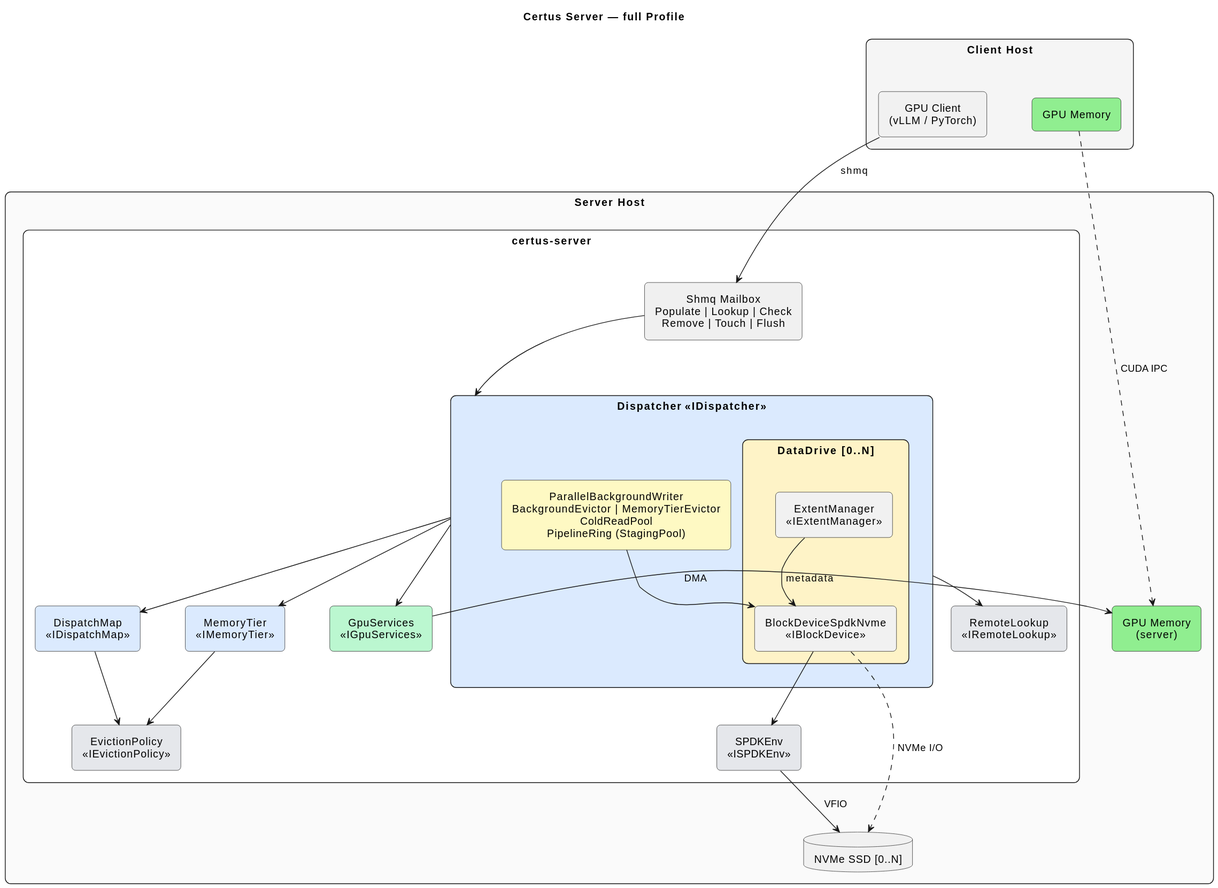
AI-native-Systems-Research/ai-native-storage-certus keeps this PlantUML diagram as design/profiles/full/certus-server-deployment.svg. Above is the earlier version.
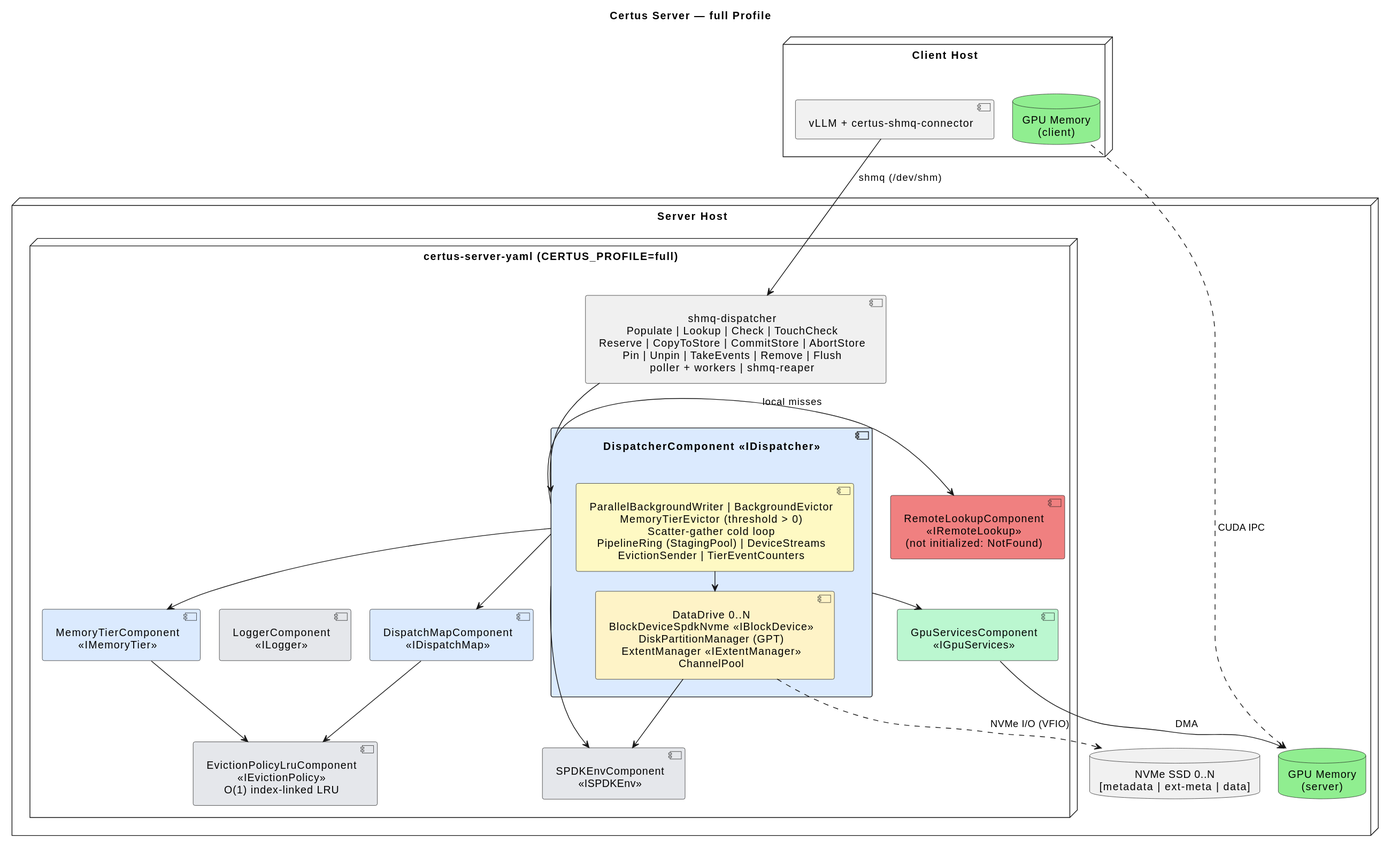
After the change.

Change to the diagram source:
```diff
@@ -1,51 +1,41 @@
 @startuml
 skinparam defaultTextAlignment center
-skinparam padding 4
-skinparam nodesep 60
-skinparam ranksep 50
-skinparam rectangle {
-    RoundCorner 15
-}
-skinparam agent {
-    RoundCorner 10
-}
+skinparam padding 3
+skinparam nodesep 25
+skinparam ranksep 25
 hide stereotype
 
 title Certus Server — full Profile
 
-rectangle "**Client Host**" as client_box #F5F5F5 {
-    agent "GPU Client\n(vLLM / PyTorch)" as pyclient
-    agent "GPU Memory" as client_gpu #LightGreen
+node "Client Host" as client_host {
+    component "vLLM + certus-shmq-connector" as pyclient
+    database "GPU Memory\n(client)" as client_gpu #LightGreen
 }
 
-rectangle "**Server Host**" as server_box #FAFAFA {
+node "Server Host" as server_host {
+    node "certus-server-yaml (CERTUS_PROFILE=full)" as server_proc {
 
-    rectangle "certus-server" as server_proc #White {
+        component "shmq-dispatcher\nPopulate | Lookup | Check | TouchCheck\nReserve | CopyToStore | CommitStore | AbortStore\nPin | Unpin | TakeEvents | Remove | Flush\npoller + workers | shmq-reaper" as shmq #F0F0F0
 
-        agent "Shmq Mailbox\nPopulate | Lookup | Check\nRemove | Touch | Flush" as shmq #F0F0F0
-
-        rectangle "**Dispatcher** <<IDispatcher>>" as dispatcher #DBEAFE {
-            rectangle "DataDrive [0..N]" as data_drive #FEF3C7 {
-                agent "BlockDeviceSpdkNvme\n<<IBlockDevice>>" as blkdev
-                agent "ExtentManager\n<<IExtentManager>>" as extmgr
-            }
-            agent "ParallelBackgroundWriter\nBackgroundEvictor | MemoryTierEvictor\nColdReadPool\nPipelineRing (StagingPool)" as disp_bg #FEF9C3
+        component "DispatcherComponent <<IDispatcher>>" as dispatcher #DBEAFE {
+            component "DataDrive 0..N\nBlockDeviceSpdkNvme <<IBlockDevice>>\nDiskPartitionManager (GPT)\nExtentManager <<IExtentManager>>\nChannelPool" as data_drive #FEF3C7
+            component "ParallelBackgroundWriter | BackgroundEvictor\nMemoryTierEvictor (threshold > 0)\nScatter-gather cold loop\nPipelineRing (StagingPool) | DeviceStreams\nEvictionSender | TierEventCounters" as disp_bg #FEF9C3
         }
 
-        agent "DispatchMap\n<<IDispatchMap>>" as dispatch_map #DBEAFE
-        agent "MemoryTier\n<<IMemoryTier>>" as memory_tier #DBEAFE
-        agent "EvictionPolicy\n<<IEvictionPolicy>>" as eviction #E5E7EB
-        agent "GpuServices\n<<IGpuServices>>" as gpu_svc #BBF7D0
-        agent "SPDKEnv\n<<ISPDKEnv>>" as spdk_env #E5E7EB
-        agent "RemoteLookup\n<<IRemoteLookup>>" as remote_lookup #E5E7EB
+        component "DispatchMapComponent\n<<IDispatchMap>>" as dispatch_map #DBEAFE
+        component "MemoryTierComponent\n<<IMemoryTier>>" as memory_tier #DBEAFE
+        component "EvictionPolicyLruComponent\n<<IEvictionPolicy>>\nO(1) index-linked LRU" as eviction #E5E7EB
+        component "GpuServicesComponent\n<<IGpuServices>>" as gpu_svc #BBF7D0
+        component "SPDKEnvComponent\n<<ISPDKEnv>>" as spdk_env #E5E7EB
+        component "RemoteLookupComponent\n<<IRemoteLookup>>\n(not initialized: NotFound)" as remote_lookup #LightCoral
+        component "LoggerComponent\n<<ILogger>>" as logger #E5E7EB
     }
 
-    agent "GPU Memory\n(server)" as server_gpu #LightGreen
-    database "NVMe SSD [0..N]" as nvme_data
+    database "GPU Memory\n(server)" as server_gpu #LightGreen
+    database "NVMe SSD 0..N\n[metadata | ext-meta | data]" as nvme_data
 }
 
-
-pyclient -down-> shmq : shmq
+pyclient -down-> shmq : shmq (/dev/shm)
 client_gpu .down.> server_gpu : CUDA IPC
 
 shmq -down-> dispatcher
@@ -53,17 +43,17 @@
 dispatcher -down-> dispatch_map
 dispatcher -down-> memory_tier
 dispatcher -down-> gpu_svc
-dispatcher --> remote_lookup
+dispatcher -down-> spdk_env
+dispatcher -right-> remote_lookup : local misses
 
 dispatch_map -down-> eviction
 memory_tier -down-> eviction
 
-disp_bg --> blkdev
-blkdev -down-> spdk_env
-extmgr --> blkdev : metadata
+disp_bg --> data_drive
+data_drive -down-> spdk_env
 
-gpu_svc -right-> server_gpu : DMA
+gpu_svc -down-> server_gpu : DMA
+data_drive .down.> nvme_data : NVMe I/O (VFIO)
 
-spdk_env -down-> nvme_data : VFIO
-blkdev .down.> nvme_data : NVMe I/O
+logger -[hidden]- eviction
 @enduml
```
